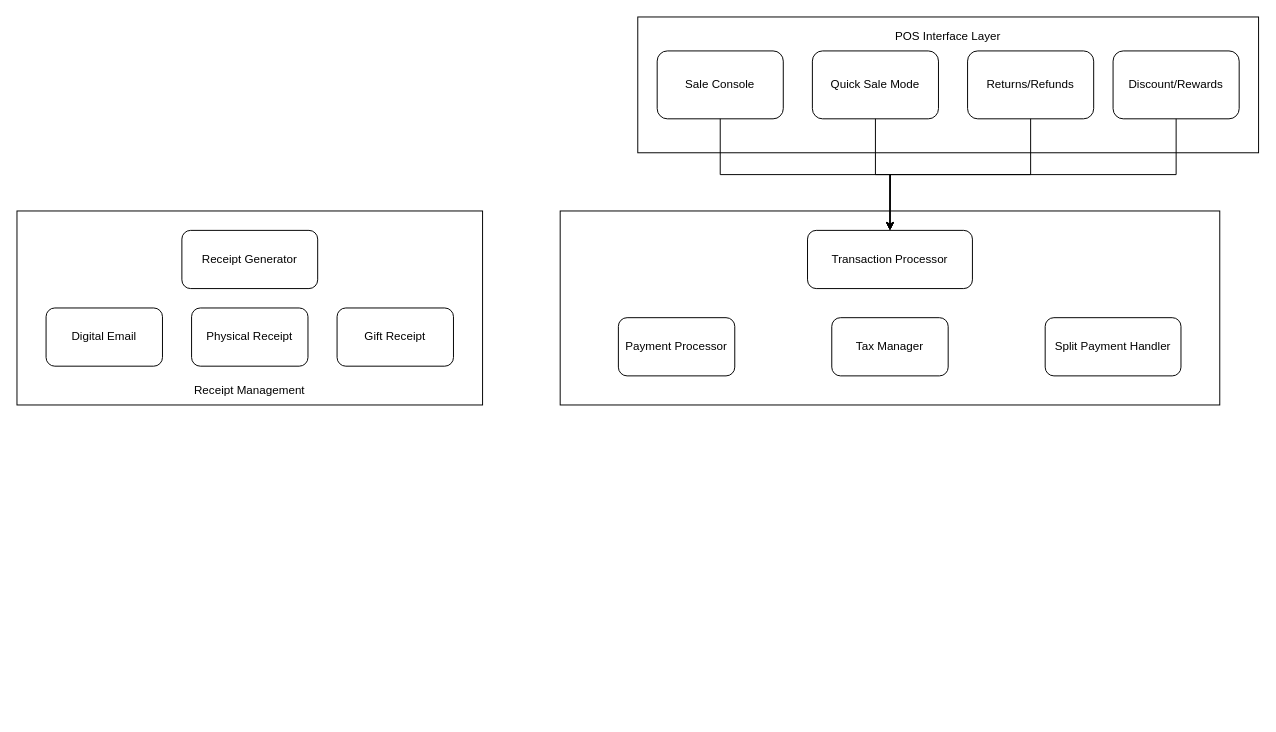
Before: LightSpeed Business Logic.drawio in rafidrahman1/CSE, a draw.io diagram. Source tidied: cells renumbered, new cells numbered last; positions are measured from the earlier drawing's top-left corner, leaving out a move shared by most shapes. Both pictures are drawn from the tidied source at 97%, with x=0, y=0 at pixel (16, 16).
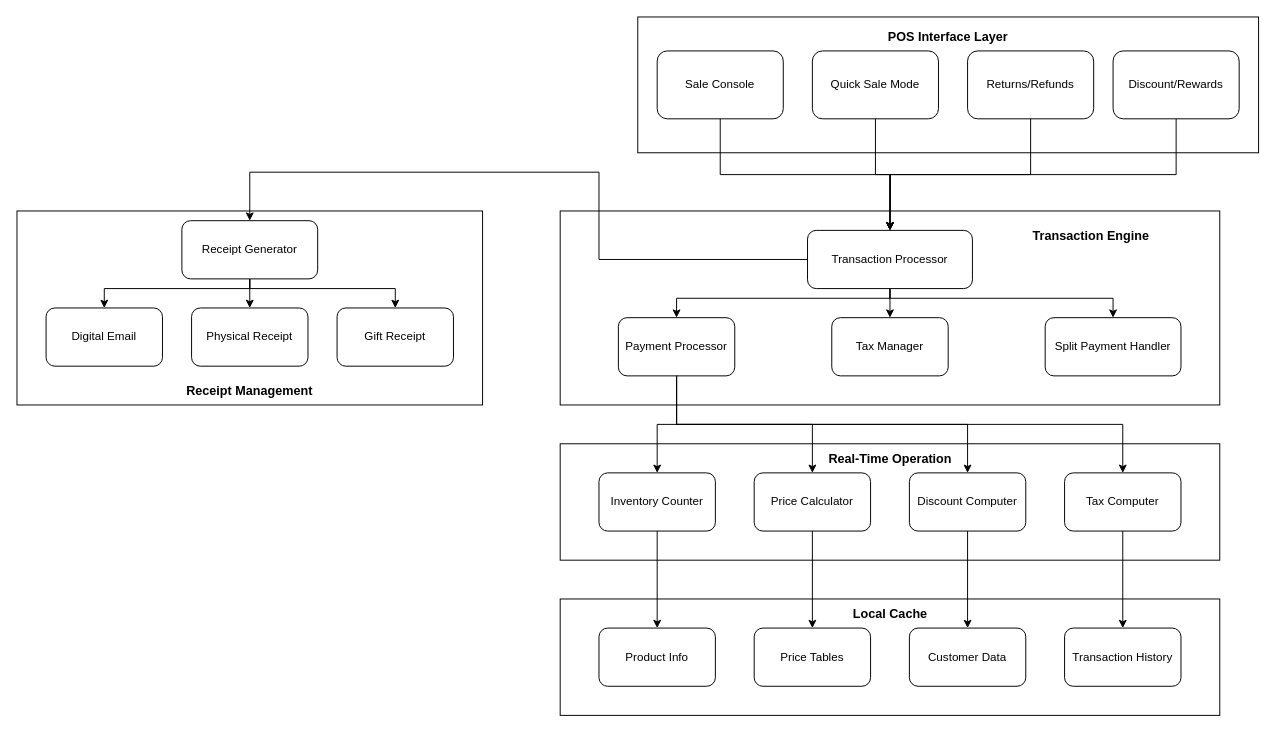
The same page after the edit.

The change refers to these unchanged cells:
```xml
<mxCell id="9" value="Transaction Processor" style="rounded=1;whiteSpace=wrap;html=1;" parent="1" vertex="1">
  <mxGeometry x="815" y="220" width="170" height="60" as="geometry" />
</mxCell>
<mxCell id="10" value="Payment Processor" style="rounded=1;whiteSpace=wrap;html=1;" parent="1" vertex="1">
  <mxGeometry x="620" y="310" width="120" height="60" as="geometry" />
</mxCell>
<mxCell id="11" value="Tax Manager" style="rounded=1;whiteSpace=wrap;html=1;" parent="1" vertex="1">
  <mxGeometry x="840" y="310" width="120" height="60" as="geometry" />
</mxCell>
<mxCell id="12" value="Split Payment Handler" style="rounded=1;whiteSpace=wrap;html=1;" parent="1" vertex="1">
  <mxGeometry x="1060" y="310" width="140" height="60" as="geometry" />
</mxCell>
<mxCell id="15" value="Physical Receipt" style="rounded=1;whiteSpace=wrap;html=1;" parent="1" vertex="1">
  <mxGeometry x="180" y="300" width="120" height="60" as="geometry" />
</mxCell>
<mxCell id="16" value="Digital Email" style="rounded=1;whiteSpace=wrap;html=1;" parent="1" vertex="1">
  <mxGeometry x="30" y="300" width="120" height="60" as="geometry" />
</mxCell>
<mxCell id="17" value="Gift Receipt" style="rounded=1;whiteSpace=wrap;html=1;" parent="1" vertex="1">
  <mxGeometry x="330" y="300" width="120" height="60" as="geometry" />
</mxCell>
```

Diff of the diagram source:
```diff
@@
-    <mxCell id="8" value="POS Interface Layer" style="text;html=1;align=center;verticalAlign=middle;whiteSpace=wrap;rounded=0;" parent="1" vertex="1">
+    <mxCell id="8" value="POS Interface Layer" style="text;html=1;align=center;verticalAlign=middle;whiteSpace=wrap;rounded=0;fontStyle=1;fontSize=13;" parent="1" vertex="1">
       <mxGeometry x="885" y="5" width="150" height="30" as="geometry" />
     </mxCell>
+    <mxCell id="23" style="edgeStyle=orthogonalEdgeStyle;rounded=0;jettySize=auto;html=1;exitX=0.5;exitY=1;exitDx=0;exitDy=0;entryX=0.5;entryY=0;entryDx=0;entryDy=0;" parent="1" edge="1" source="9" target="10">
+      <mxGeometry relative="1" as="geometry">
+        <Array as="points">
+          <mxPoint x="900" y="290" />
+          <mxPoint x="680" y="290" />
+        </Array>
+      </mxGeometry>
+    </mxCell>
+    <mxCell id="24" style="edgeStyle=orthogonalEdgeStyle;rounded=0;jettySize=auto;html=1;exitX=0.5;exitY=1;exitDx=0;exitDy=0;entryX=0.5;entryY=0;entryDx=0;entryDy=0;" parent="1" edge="1" source="9" target="12">
+      <mxGeometry relative="1" as="geometry">
+        <Array as="points">
+          <mxPoint x="900" y="290" />
+          <mxPoint x="1130" y="290" />
+        </Array>
+      </mxGeometry>
+    </mxCell>
+    <mxCell id="25" style="edgeStyle=orthogonalEdgeStyle;rounded=0;jettySize=auto;html=1;exitX=0.5;exitY=1;exitDx=0;exitDy=0;entryX=0.5;entryY=0;entryDx=0;entryDy=0;" parent="1" edge="1" source="9" target="11">
+      <mxGeometry relative="1" as="geometry" />
+    </mxCell>
@@
+    <mxCell id="26" style="edgeStyle=orthogonalEdgeStyle;rounded=0;jettySize=auto;html=1;exitX=0.5;exitY=1;exitDx=0;exitDy=0;" parent="1" edge="1" source="14" target="16">
+      <mxGeometry relative="1" as="geometry">
+        <Array as="points">
+          <mxPoint x="240" y="280" />
+          <mxPoint x="90" y="280" />
+        </Array>
+      </mxGeometry>
+    </mxCell>
+    <mxCell id="27" style="edgeStyle=orthogonalEdgeStyle;rounded=0;jettySize=auto;html=1;exitX=0.5;exitY=1;exitDx=0;exitDy=0;entryX=0.5;entryY=0;entryDx=0;entryDy=0;" parent="1" edge="1" source="14" target="15">
+      <mxGeometry relative="1" as="geometry" />
+    </mxCell>
+    <mxCell id="28" style="edgeStyle=orthogonalEdgeStyle;rounded=0;jettySize=auto;html=1;exitX=0.5;exitY=1;exitDx=0;exitDy=0;" parent="1" edge="1" source="14" target="17">
+      <mxGeometry relative="1" as="geometry">
+        <Array as="points">
+          <mxPoint x="240" y="280" />
+          <mxPoint x="390" y="280" />
+        </Array>
+      </mxGeometry>
+    </mxCell>
     <mxCell id="14" value="Receipt Generator" style="rounded=1;whiteSpace=wrap;html=1;" parent="1" vertex="1">
-      <mxGeometry x="170" y="220" width="140" height="60" as="geometry" />
+      <mxGeometry x="170" y="210" width="140" height="60" as="geometry" />
     </mxCell>
@@
-    <mxCell id="22" value="Receipt Management" style="text;html=1;align=center;verticalAlign=middle;whiteSpace=wrap;rounded=0;" parent="1" vertex="1">
+    <mxCell id="22" value="Receipt Management" style="text;html=1;align=center;verticalAlign=middle;whiteSpace=wrap;rounded=0;fontStyle=1;fontSize=13;" parent="1" vertex="1">
       <mxGeometry x="145" y="370" width="190" height="30" as="geometry" />
     </mxCell>
+    <mxCell id="29" style="edgeStyle=orthogonalEdgeStyle;rounded=0;jettySize=auto;html=1;exitX=0;exitY=0.5;exitDx=0;exitDy=0;entryX=0.5;entryY=0;entryDx=0;entryDy=0;" parent="1" edge="1" source="9" target="14">
+      <mxGeometry relative="1" as="geometry">
+        <Array as="points">
+          <mxPoint x="600" y="250" />
+          <mxPoint x="600" y="160" />
+          <mxPoint x="240" y="160" />
+        </Array>
+      </mxGeometry>
+    </mxCell>
+    <mxCell id="30" style="rounded=0;whiteSpace=wrap;html=1;" parent="1" vertex="1">
+      <mxGeometry x="560" y="440" width="680" height="120" as="geometry" />
+    </mxCell>
+    <mxCell id="31" style="rounded=0;whiteSpace=wrap;html=1;" parent="1" vertex="1">
+      <mxGeometry x="560" y="600" width="680" height="120" as="geometry" />
+    </mxCell>
+    <mxCell id="32" value="&lt;b&gt;Real-Time Operation&lt;/b&gt;" style="text;html=1;align=center;verticalAlign=middle;whiteSpace=wrap;rounded=0;fontSize=13;" parent="1" vertex="1">
+      <mxGeometry x="787.5" y="440" width="225" height="30" as="geometry" />
+    </mxCell>
+    <mxCell id="33" value="&lt;b&gt;Local Cache&lt;/b&gt;" style="text;html=1;align=center;verticalAlign=middle;whiteSpace=wrap;rounded=0;fontSize=13;" parent="1" vertex="1">
+      <mxGeometry x="787.5" y="600" width="225" height="30" as="geometry" />
+    </mxCell>
+    <mxCell id="34" value="Transaction Engine" style="text;html=1;align=center;verticalAlign=middle;whiteSpace=wrap;rounded=0;fontStyle=1;fontSize=13;" parent="1" vertex="1">
+      <mxGeometry x="1035" y="210" width="145" height="30" as="geometry" />
+    </mxCell>
+    <mxCell id="35" style="edgeStyle=orthogonalEdgeStyle;rounded=0;jettySize=auto;html=1;exitX=0.5;exitY=1;exitDx=0;exitDy=0;entryX=0.5;entryY=0;entryDx=0;entryDy=0;" parent="1" edge="1" source="36" target="46">
+      <mxGeometry relative="1" as="geometry" />
+    </mxCell>
+    <mxCell id="36" value="Inventory Counter" style="rounded=1;whiteSpace=wrap;html=1;" parent="1" vertex="1">
+      <mxGeometry x="600" y="470" width="120" height="60" as="geometry" />
+    </mxCell>
+    <mxCell id="37" style="edgeStyle=orthogonalEdgeStyle;rounded=0;jettySize=auto;html=1;exitX=0.5;exitY=1;exitDx=0;exitDy=0;" parent="1" edge="1" source="38" target="45">
+      <mxGeometry relative="1" as="geometry" />
+    </mxCell>
+    <mxCell id="38" value="Price Calculator" style="rounded=1;whiteSpace=wrap;html=1;" parent="1" vertex="1">
+      <mxGeometry x="760" y="470" width="120" height="60" as="geometry" />
+    </mxCell>
+    <mxCell id="39" style="edgeStyle=orthogonalEdgeStyle;rounded=0;jettySize=auto;html=1;exitX=0.5;exitY=1;exitDx=0;exitDy=0;" parent="1" edge="1" source="40" target="44">
+      <mxGeometry relative="1" as="geometry" />
+    </mxCell>
+    <mxCell id="40" value="Discount Computer" style="rounded=1;whiteSpace=wrap;html=1;" parent="1" vertex="1">
+      <mxGeometry x="920" y="470" width="120" height="60" as="geometry" />
+    </mxCell>
+    <mxCell id="41" style="edgeStyle=orthogonalEdgeStyle;rounded=0;jettySize=auto;html=1;exitX=0.5;exitY=1;exitDx=0;exitDy=0;entryX=0.5;entryY=0;entryDx=0;entryDy=0;" parent="1" edge="1" source="42" target="43">
+      <mxGeometry relative="1" as="geometry" />
+    </mxCell>
+    <mxCell id="42" value="Tax Computer" style="rounded=1;whiteSpace=wrap;html=1;" parent="1" vertex="1">
+      <mxGeometry x="1080" y="470" width="120" height="60" as="geometry" />
+    </mxCell>
+    <mxCell id="43" value="Transaction History" style="rounded=1;whiteSpace=wrap;html=1;" parent="1" vertex="1">
+      <mxGeometry x="1080" y="630" width="120" height="60" as="geometry" />
+    </mxCell>
+    <mxCell id="44" value="Customer Data" style="rounded=1;whiteSpace=wrap;html=1;" parent="1" vertex="1">
+      <mxGeometry x="920" y="630" width="120" height="60" as="geometry" />
+    </mxCell>
+    <mxCell id="45" value="Price Tables" style="rounded=1;whiteSpace=wrap;html=1;" parent="1" vertex="1">
+      <mxGeometry x="760" y="630" width="120" height="60" as="geometry" />
+    </mxCell>
+    <mxCell id="46" value="Product Info" style="rounded=1;whiteSpace=wrap;html=1;" parent="1" vertex="1">
+      <mxGeometry x="600" y="630" width="120" height="60" as="geometry" />
+    </mxCell>
+    <mxCell id="47" style="edgeStyle=orthogonalEdgeStyle;rounded=0;jettySize=auto;html=1;exitX=0.5;exitY=1;exitDx=0;exitDy=0;entryX=0.5;entryY=0;entryDx=0;entryDy=0;" parent="1" edge="1" source="10" target="36">
+      <mxGeometry relative="1" as="geometry" />
+    </mxCell>
+    <mxCell id="48" style="edgeStyle=orthogonalEdgeStyle;rounded=0;jettySize=auto;html=1;exitX=0.5;exitY=1;exitDx=0;exitDy=0;" parent="1" edge="1" source="10" target="42">
+      <mxGeometry relative="1" as="geometry" />
+    </mxCell>
+    <mxCell id="49" style="edgeStyle=orthogonalEdgeStyle;rounded=0;jettySize=auto;html=1;exitX=0.5;exitY=1;exitDx=0;exitDy=0;" parent="1" edge="1" source="10" target="40">
+      <mxGeometry relative="1" as="geometry" />
+    </mxCell>
+    <mxCell id="50" style="edgeStyle=orthogonalEdgeStyle;rounded=0;jettySize=auto;html=1;exitX=0.5;exitY=1;exitDx=0;exitDy=0;" parent="1" edge="1" source="10" target="38">
+      <mxGeometry relative="1" as="geometry" />
+    </mxCell>
```
